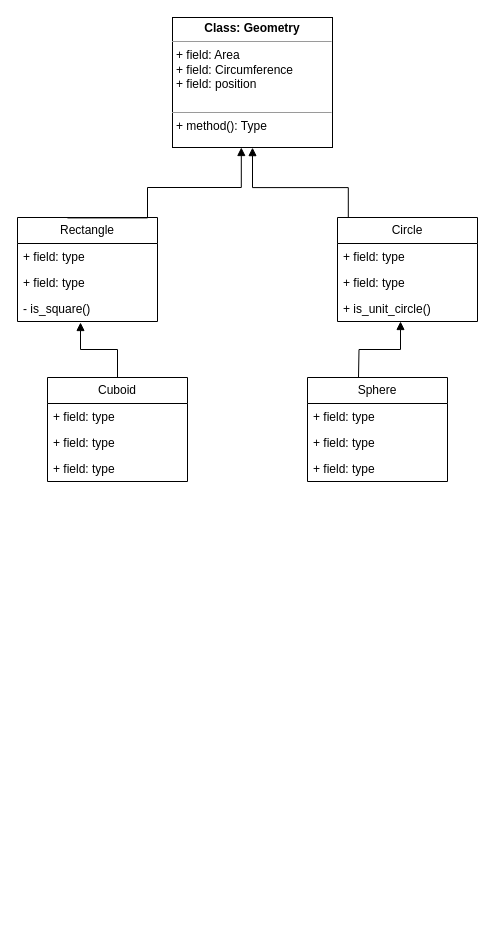
Above: Labs/labb3/Labb3_UML.drawio in nabil0n/PythonAI23 (draw.io), before the change. Source tidied: cells renumbered, new cells numbered last; positions are measured from the earlier drawing's top-left corner, leaving out a move shared by most shapes. Both pictures are drawn from the tidied source at 100%, with x=0, y=0 at pixel (17, 17).
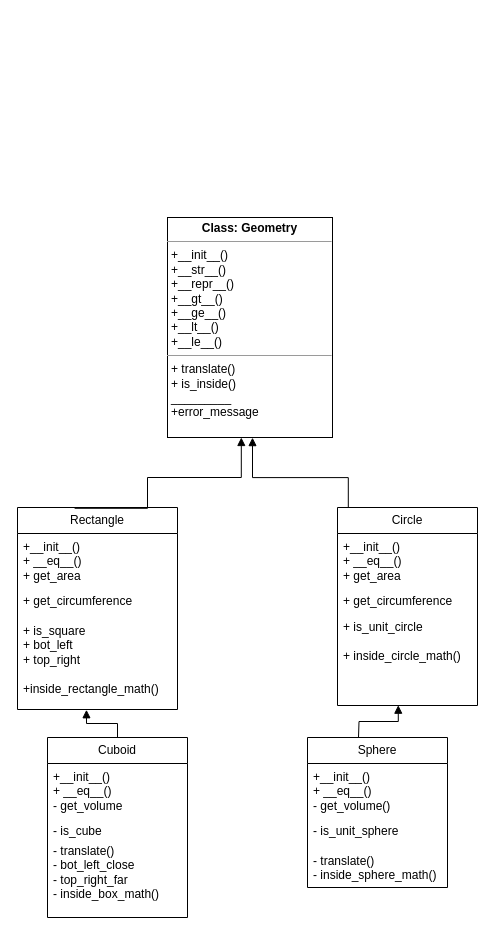
After the change.

Diff of the diagram source:
```diff
@@
-    <mxCell id="2" value="&lt;p style=&quot;margin:0px;margin-top:4px;text-align:center;&quot;&gt;&lt;b&gt;Class: Geometry&lt;br&gt;&lt;/b&gt;&lt;/p&gt;&lt;hr size=&quot;1&quot;&gt;&lt;p style=&quot;margin:0px;margin-left:4px;&quot;&gt;+ field: Area&lt;/p&gt;&lt;p style=&quot;margin:0px;margin-left:4px;&quot;&gt;+ field: Circumference&lt;/p&gt;&lt;p style=&quot;margin:0px;margin-left:4px;&quot;&gt;+ field: position&lt;/p&gt;&lt;p style=&quot;margin:0px;margin-left:4px;&quot;&gt;&lt;br&gt;&lt;/p&gt;&lt;hr size=&quot;1&quot;&gt;&lt;p style=&quot;margin:0px;margin-left:4px;&quot;&gt;+ method(): Type&lt;/p&gt;" style="verticalAlign=top;align=left;overflow=fill;fontSize=12;fontFamily=Helvetica;html=1;whiteSpace=wrap;" parent="1" vertex="1">
-      <mxGeometry x="155" width="160" height="130" as="geometry" />
+    <mxCell id="2" value="&lt;p style=&quot;margin:0px;margin-top:4px;text-align:center;&quot;&gt;&lt;b&gt;Class: Geometry&lt;br&gt;&lt;/b&gt;&lt;/p&gt;&lt;hr size=&quot;1&quot;&gt;&lt;p style=&quot;margin:0px;margin-left:4px;&quot;&gt;+__init__()&lt;br&gt;&lt;/p&gt;&lt;p style=&quot;margin:0px;margin-left:4px;&quot;&gt;+__str__()&lt;/p&gt;&lt;p style=&quot;margin:0px;margin-left:4px;&quot;&gt;+__repr__()&lt;br&gt;&lt;/p&gt;&lt;p style=&quot;margin:0px;margin-left:4px;&quot;&gt;+__gt__()&lt;/p&gt;&lt;p style=&quot;margin:0px;margin-left:4px;&quot;&gt;+__ge__()&lt;/p&gt;&lt;p style=&quot;margin:0px;margin-left:4px;&quot;&gt;+__lt__()&lt;/p&gt;&lt;p style=&quot;margin:0px;margin-left:4px;&quot;&gt;+__le__()&lt;/p&gt;&lt;hr size=&quot;1&quot;&gt;&lt;p style=&quot;margin:0px;margin-left:4px;&quot;&gt;+ translate()&lt;/p&gt;&lt;p style=&quot;margin:0px;margin-left:4px;&quot;&gt;+ is_inside()&lt;/p&gt;&lt;p style=&quot;margin:0px;margin-left:4px;&quot;&gt;_________&lt;/p&gt;&lt;p style=&quot;margin:0px;margin-left:4px;&quot;&gt;+error_message&lt;br&gt;&lt;/p&gt;" style="verticalAlign=top;align=left;overflow=fill;fontSize=12;fontFamily=Helvetica;html=1;whiteSpace=wrap;" parent="1" vertex="1">
+      <mxGeometry x="150" y="200" width="165" height="220" as="geometry" />
     </mxCell>
     <mxCell id="3" value="&lt;div&gt;Rectangle&lt;/div&gt;" style="swimlane;fontStyle=0;horizontal=1;startSize=26;fillColor=none;whiteSpace=wrap;html=1;" parent="1" vertex="1">
-      <mxGeometry y="200" width="140" height="104" as="geometry" />
+      <mxGeometry y="490" width="160" height="202" as="geometry" />
     </mxCell>
-    <mxCell id="4" value="+ field: type" style="text;strokeColor=none;fillColor=none;align=left;verticalAlign=top;spacingLeft=4;spacingRight=4;overflow=hidden;whiteSpace=wrap;html=1;" parent="3" vertex="1">
-      <mxGeometry y="26" width="140" height="26" as="geometry" />
+    <mxCell id="4" value="&lt;div&gt;+__init__()&lt;br&gt;&lt;/div&gt;&lt;div&gt;+ __eq__()&lt;br&gt;&lt;/div&gt;&lt;div&gt;+ get_area&lt;/div&gt;" style="text;strokeColor=none;fillColor=none;align=left;verticalAlign=top;spacingLeft=4;spacingRight=4;overflow=hidden;whiteSpace=wrap;html=1;" parent="3" vertex="1">
+      <mxGeometry y="26" width="160" height="54" as="geometry" />
     </mxCell>
-    <mxCell id="5" value="+ field: type" style="text;strokeColor=none;fillColor=none;align=left;verticalAlign=top;spacingLeft=4;spacingRight=4;overflow=hidden;whiteSpace=wrap;html=1;" parent="3" vertex="1">
-      <mxGeometry y="52" width="140" height="26" as="geometry" />
+    <mxCell id="5" value="+ get_circumference" style="text;strokeColor=none;fillColor=none;align=left;verticalAlign=top;spacingLeft=4;spacingRight=4;overflow=hidden;whiteSpace=wrap;html=1;" parent="3" vertex="1">
+      <mxGeometry y="80" width="160" height="30" as="geometry" />
     </mxCell>
-    <mxCell id="6" value="- is_square()" style="text;strokeColor=none;fillColor=none;align=left;verticalAlign=top;spacingLeft=4;spacingRight=4;overflow=hidden;points=[[0,0.5],[1,0.5]];portConstraint=eastwest;whiteSpace=wrap;html=1;" parent="3" vertex="1">
-      <mxGeometry y="78" width="140" height="26" as="geometry" />
+    <mxCell id="6" value="&lt;div&gt;+ is_square&lt;/div&gt;&lt;div&gt;+ bot_left&lt;/div&gt;&lt;div&gt;+ top_right&lt;/div&gt;&lt;div&gt;&lt;br&gt;&lt;/div&gt;&lt;div&gt;+inside_rectangle_math()&lt;br&gt;&lt;/div&gt;" style="text;strokeColor=none;fillColor=none;align=left;verticalAlign=top;spacingLeft=4;spacingRight=4;overflow=hidden;points=[[0,0.5],[1,0.5]];portConstraint=eastwest;whiteSpace=wrap;html=1;" parent="3" vertex="1">
+      <mxGeometry y="110" width="160" height="92" as="geometry" />
     </mxCell>
     <mxCell id="7" value="Circle" style="swimlane;fontStyle=0;horizontal=1;startSize=26;fillColor=none;whiteSpace=wrap;html=1;" parent="1" vertex="1">
-      <mxGeometry x="320" y="200" width="140" height="104" as="geometry" />
+      <mxGeometry x="320" y="490" width="140" height="198" as="geometry" />
     </mxCell>
-    <mxCell id="8" value="+ field: type" style="text;strokeColor=none;fillColor=none;align=left;verticalAlign=top;spacingLeft=4;spacingRight=4;overflow=hidden;whiteSpace=wrap;html=1;" parent="7" vertex="1">
-      <mxGeometry y="26" width="140" height="26" as="geometry" />
+    <mxCell id="8" value="+__init__()&lt;div&gt;+ __eq__()&lt;/div&gt;&lt;div&gt;+ get_area&lt;/div&gt;" style="text;strokeColor=none;fillColor=none;align=left;verticalAlign=top;spacingLeft=4;spacingRight=4;overflow=hidden;whiteSpace=wrap;html=1;" parent="7" vertex="1">
+      <mxGeometry y="26" width="140" height="54" as="geometry" />
     </mxCell>
-    <mxCell id="9" value="+ field: type" style="text;strokeColor=none;fillColor=none;align=left;verticalAlign=top;spacingLeft=4;spacingRight=4;overflow=hidden;whiteSpace=wrap;html=1;" parent="7" vertex="1">
-      <mxGeometry y="52" width="140" height="26" as="geometry" />
+    <mxCell id="9" value="+ get_circumference" style="text;strokeColor=none;fillColor=none;align=left;verticalAlign=top;spacingLeft=4;spacingRight=4;overflow=hidden;whiteSpace=wrap;html=1;" parent="7" vertex="1">
+      <mxGeometry y="80" width="140" height="26" as="geometry" />
     </mxCell>
-    <mxCell id="10" value="+ is_unit_circle()" style="text;strokeColor=none;fillColor=none;align=left;verticalAlign=top;spacingLeft=4;spacingRight=4;overflow=hidden;points=[[0,0.5],[1,0.5]];portConstraint=eastwest;whiteSpace=wrap;html=1;" parent="7" vertex="1">
-      <mxGeometry y="78" width="140" height="26" as="geometry" />
+    <mxCell id="10" value="&lt;div&gt;+ is_unit_circle&lt;/div&gt;&lt;div&gt;&lt;br&gt;&lt;/div&gt;&lt;div&gt;+ inside_circle_math()&lt;br&gt;&lt;/div&gt;" style="text;strokeColor=none;fillColor=none;align=left;verticalAlign=top;spacingLeft=4;spacingRight=4;overflow=hidden;points=[[0,0.5],[1,0.5]];portConstraint=eastwest;whiteSpace=wrap;html=1;" parent="7" vertex="1">
+      <mxGeometry y="106" width="140" height="92" as="geometry" />
     </mxCell>
     <mxCell id="11" value="&lt;div&gt;&lt;br&gt;&lt;/div&gt;" style="endArrow=block;endFill=1;html=1;edgeStyle=orthogonalEdgeStyle;align=left;verticalAlign=top;rounded=0;entryX=0.43;entryY=1.009;entryDx=0;entryDy=0;entryPerimeter=0;exitX=0.357;exitY=0.004;exitDx=0;exitDy=0;exitPerimeter=0;" parent="1" edge="1" source="3">
       <mxGeometry x="-1" relative="1" as="geometry">
-        <mxPoint x="223.8" y="130" as="targetPoint" />
+        <mxPoint x="223.8" y="420" as="targetPoint" />
         <Array as="points">
-          <mxPoint x="130" y="200" />
-          <mxPoint x="130" y="170" />
-          <mxPoint x="224" y="170" />
+          <mxPoint x="130" y="490" />
+          <mxPoint x="130" y="460" />
+          <mxPoint x="224" y="460" />
         </Array>
       </mxGeometry>
     </mxCell>
     <mxCell id="12" style="endArrow=block;endFill=1;html=1;edgeStyle=orthogonalEdgeStyle;align=left;verticalAlign=top;rounded=0;entryX=0.553;entryY=1.031;entryDx=0;entryDy=0;entryPerimeter=0;exitX=0.638;exitY=-0.001;exitDx=0;exitDy=0;exitPerimeter=0;" parent="1" edge="1">
       <mxGeometry x="-1" relative="1" as="geometry">
-        <mxPoint x="330.8" y="200" as="sourcePoint" />
-        <mxPoint x="235" y="130.1" as="targetPoint" />
+        <mxPoint x="330.8" y="490" as="sourcePoint" />
+        <mxPoint x="235" y="420.1" as="targetPoint" />
         <Array as="points">
-          <mxPoint x="330.5" y="170.1" />
-          <mxPoint x="235.5" y="170.1" />
+          <mxPoint x="330.5" y="460.1" />
+          <mxPoint x="235.5" y="460.1" />
         </Array>
       </mxGeometry>
     </mxCell>
     <mxCell id="13" value="Sphere" style="swimlane;fontStyle=0;horizontal=1;startSize=26;fillColor=none;whiteSpace=wrap;html=1;" parent="1" vertex="1">
-      <mxGeometry x="290" y="360" width="140" height="104" as="geometry" />
+      <mxGeometry x="290" y="720" width="140" height="150" as="geometry" />
     </mxCell>
-    <mxCell id="14" value="+ field: type" style="text;strokeColor=none;fillColor=none;align=left;verticalAlign=top;spacingLeft=4;spacingRight=4;overflow=hidden;whiteSpace=wrap;html=1;" parent="13" vertex="1">
-      <mxGeometry y="26" width="140" height="26" as="geometry" />
+    <mxCell id="14" value="&lt;div style=&quot;&quot;&gt;+__init__()&lt;/div&gt;&lt;div style=&quot;&quot;&gt;+ __eq__() &lt;br&gt;&lt;/div&gt;&lt;div&gt;- get_volume()&lt;br&gt;&lt;/div&gt;" style="text;strokeColor=none;fillColor=none;align=left;verticalAlign=top;spacingLeft=4;spacingRight=4;overflow=hidden;whiteSpace=wrap;html=1;" parent="13" vertex="1">
+      <mxGeometry y="26" width="140" height="54" as="geometry" />
     </mxCell>
-    <mxCell id="15" value="+ field: type" style="text;strokeColor=none;fillColor=none;align=left;verticalAlign=top;spacingLeft=4;spacingRight=4;overflow=hidden;whiteSpace=wrap;html=1;" parent="13" vertex="1">
-      <mxGeometry y="52" width="140" height="26" as="geometry" />
+    <mxCell id="15" value="- is_unit_sphere" style="text;strokeColor=none;fillColor=none;align=left;verticalAlign=top;spacingLeft=4;spacingRight=4;overflow=hidden;whiteSpace=wrap;html=1;" parent="13" vertex="1">
+      <mxGeometry y="80" width="140" height="30" as="geometry" />
     </mxCell>
-    <mxCell id="16" value="+ field: type" style="text;strokeColor=none;fillColor=none;align=left;verticalAlign=top;spacingLeft=4;spacingRight=4;overflow=hidden;whiteSpace=wrap;html=1;" parent="13" vertex="1">
-      <mxGeometry y="78" width="140" height="26" as="geometry" />
+    <mxCell id="16" value="&lt;div&gt;- translate()&lt;/div&gt;&lt;div&gt;- inside_sphere_math()&lt;br&gt;&lt;/div&gt;" style="text;strokeColor=none;fillColor=none;align=left;verticalAlign=top;spacingLeft=4;spacingRight=4;overflow=hidden;whiteSpace=wrap;html=1;" parent="13" vertex="1">
+      <mxGeometry y="110" width="140" height="40" as="geometry" />
     </mxCell>
     <mxCell id="17" value="Cuboid" style="swimlane;fontStyle=0;horizontal=1;startSize=26;fillColor=none;whiteSpace=wrap;html=1;" parent="1" vertex="1">
-      <mxGeometry x="30" y="360" width="140" height="104" as="geometry" />
+      <mxGeometry x="30" y="720" width="140" height="180" as="geometry" />
     </mxCell>
-    <mxCell id="18" value="+ field: type" style="text;strokeColor=none;fillColor=none;align=left;verticalAlign=top;spacingLeft=4;spacingRight=4;overflow=hidden;whiteSpace=wrap;html=1;" parent="17" vertex="1">
-      <mxGeometry y="26" width="140" height="26" as="geometry" />
+    <mxCell id="18" value="&lt;div&gt;+__init__()&lt;/div&gt;&lt;div&gt;+ __eq__()&lt;/div&gt;&lt;div&gt;- get_volume&lt;/div&gt;" style="text;strokeColor=none;fillColor=none;align=left;verticalAlign=top;spacingLeft=4;spacingRight=4;overflow=hidden;whiteSpace=wrap;html=1;" parent="17" vertex="1">
+      <mxGeometry y="26" width="140" height="54" as="geometry" />
     </mxCell>
-    <mxCell id="19" value="+ field: type" style="text;strokeColor=none;fillColor=none;align=left;verticalAlign=top;spacingLeft=4;spacingRight=4;overflow=hidden;whiteSpace=wrap;html=1;" parent="17" vertex="1">
-      <mxGeometry y="52" width="140" height="26" as="geometry" />
+    <mxCell id="19" value="- is_cube" style="text;strokeColor=none;fillColor=none;align=left;verticalAlign=top;spacingLeft=4;spacingRight=4;overflow=hidden;whiteSpace=wrap;html=1;" parent="17" vertex="1">
+      <mxGeometry y="80" width="140" height="20" as="geometry" />
     </mxCell>
-    <mxCell id="20" value="+ field: type" style="text;strokeColor=none;fillColor=none;align=left;verticalAlign=top;spacingLeft=4;spacingRight=4;overflow=hidden;whiteSpace=wrap;html=1;" parent="17" vertex="1">
-      <mxGeometry y="78" width="140" height="26" as="geometry" />
+    <mxCell id="20" value="&lt;div&gt;- translate()&lt;/div&gt;&lt;div&gt;- bot_left_close&lt;/div&gt;&lt;div&gt;- top_right_far&lt;/div&gt;&lt;div&gt;- inside_box_math()&lt;br&gt;&lt;/div&gt;" style="text;strokeColor=none;fillColor=none;align=left;verticalAlign=top;spacingLeft=4;spacingRight=4;overflow=hidden;whiteSpace=wrap;html=1;" parent="17" vertex="1">
+      <mxGeometry y="100" width="140" height="80" as="geometry" />
     </mxCell>
-    <mxCell id="21" style="endArrow=block;endFill=1;html=1;edgeStyle=orthogonalEdgeStyle;align=left;verticalAlign=top;rounded=0;exitX=0.5;exitY=0;exitDx=0;exitDy=0;entryX=0.45;entryY=1.038;entryDx=0;entryDy=0;entryPerimeter=0;" parent="1" edge="1" source="17" target="6">
+    <mxCell id="21" style="endArrow=block;endFill=1;html=1;edgeStyle=orthogonalEdgeStyle;align=left;verticalAlign=top;rounded=0;exitX=0.5;exitY=0;exitDx=0;exitDy=0;entryX=0.431;entryY=1.003;entryDx=0;entryDy=0;entryPerimeter=0;" parent="1" edge="1" source="17" target="6">
       <mxGeometry x="-1" relative="1" as="geometry" />
     </mxCell>
-    <mxCell id="22" style="endArrow=block;endFill=1;html=1;edgeStyle=orthogonalEdgeStyle;align=left;verticalAlign=top;rounded=0;entryX=0.45;entryY=1;entryDx=0;entryDy=0;entryPerimeter=0;" parent="1" edge="1" target="10">
+    <mxCell id="22" style="endArrow=block;endFill=1;html=1;edgeStyle=orthogonalEdgeStyle;align=left;verticalAlign=top;rounded=0;entryX=0.434;entryY=0.997;entryDx=0;entryDy=0;entryPerimeter=0;" parent="1" edge="1" target="10">
       <mxGeometry x="-1" relative="1" as="geometry">
-        <mxPoint x="341" y="360" as="sourcePoint" />
+        <mxPoint x="341" y="720" as="sourcePoint" />
       </mxGeometry>
     </mxCell>
```
